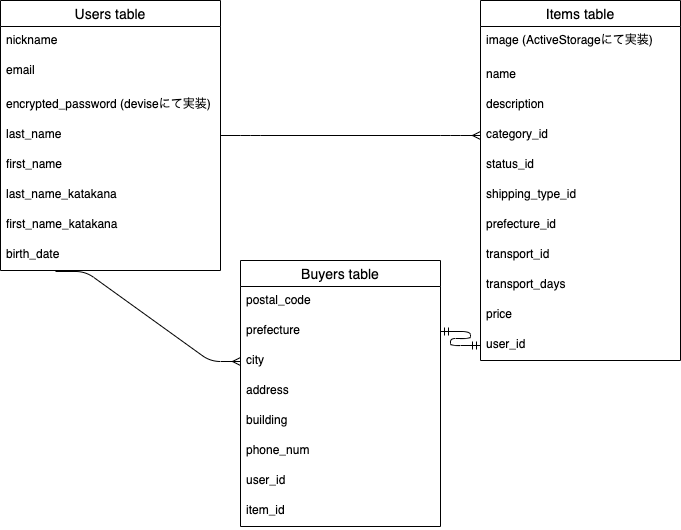
Before: furima_er.drawio.png, a diagram exported from draw.io (Danke1732/furima-31709). Source tidied: cells renumbered, new cells last; positions are measured from the earlier drawing's top-left corner, leaving out a move shared by most shapes.
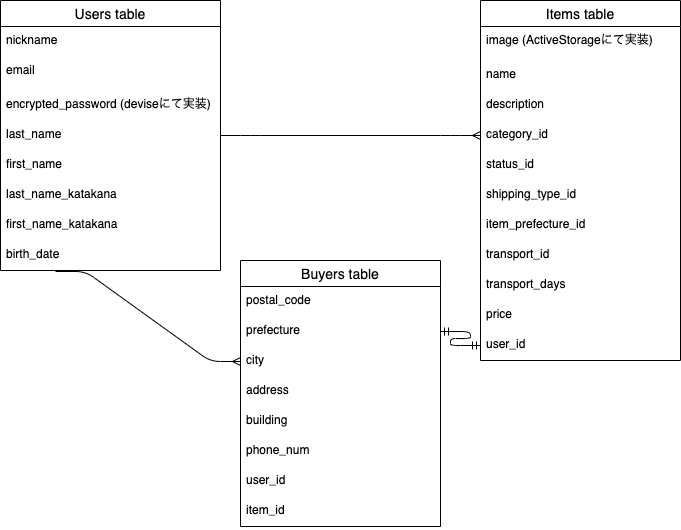
After the change.

Commit message:
itemsテーブルprefecture_idカラム修正

The edit, as a diff of the source:
```diff
@@ -23,7 +23,7 @@
     <mxCell id="8" value="shipping_type_id" style="text;strokeColor=none;fillColor=none;spacingLeft=4;spacingRight=4;overflow=hidden;fontSize=12;" parent="2" vertex="1">
       <mxGeometry y="180" width="200" height="30" as="geometry" />
     </mxCell>
-    <mxCell id="9" value="prefecture_id" style="text;strokeColor=none;fillColor=none;spacingLeft=4;spacingRight=4;overflow=hidden;fontSize=12;" parent="2" vertex="1">
+    <mxCell id="9" value="item_prefecture_id" style="text;strokeColor=none;fillColor=none;spacingLeft=4;spacingRight=4;overflow=hidden;fontSize=12;" parent="2" vertex="1">
       <mxGeometry y="210" width="200" height="30" as="geometry" />
     </mxCell>
     <mxCell id="10" value="transport_id" style="text;strokeColor=none;fillColor=none;spacingLeft=4;spacingRight=4;overflow=hidden;fontSize=12;" parent="2" vertex="1">
```
